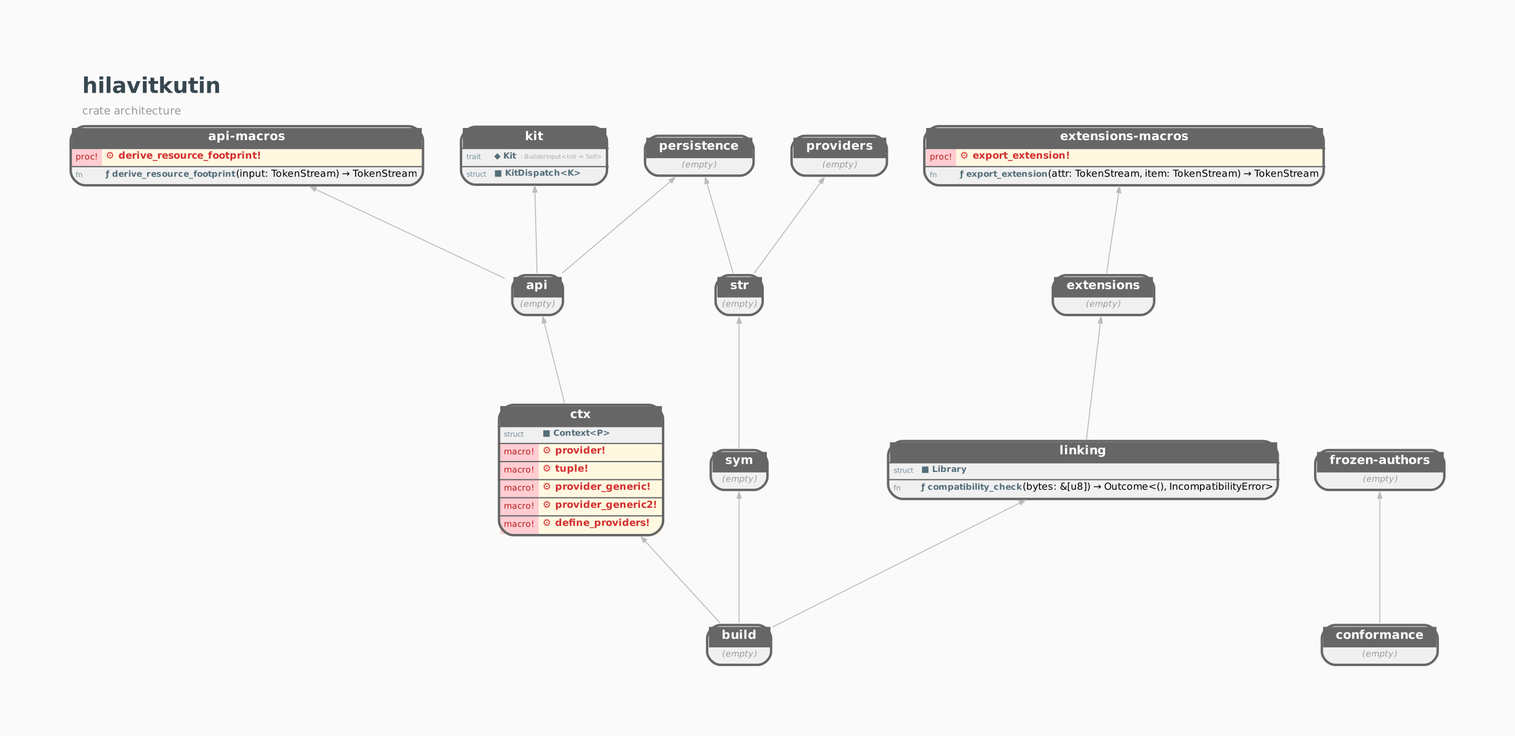
Above: docs/STRUCTURE.GRAPH.png in orgrinrt/hilavitkutin (Graphviz), before the change. Its source is kept beside it as docs/STRUCTURE.GRAPH.dot.
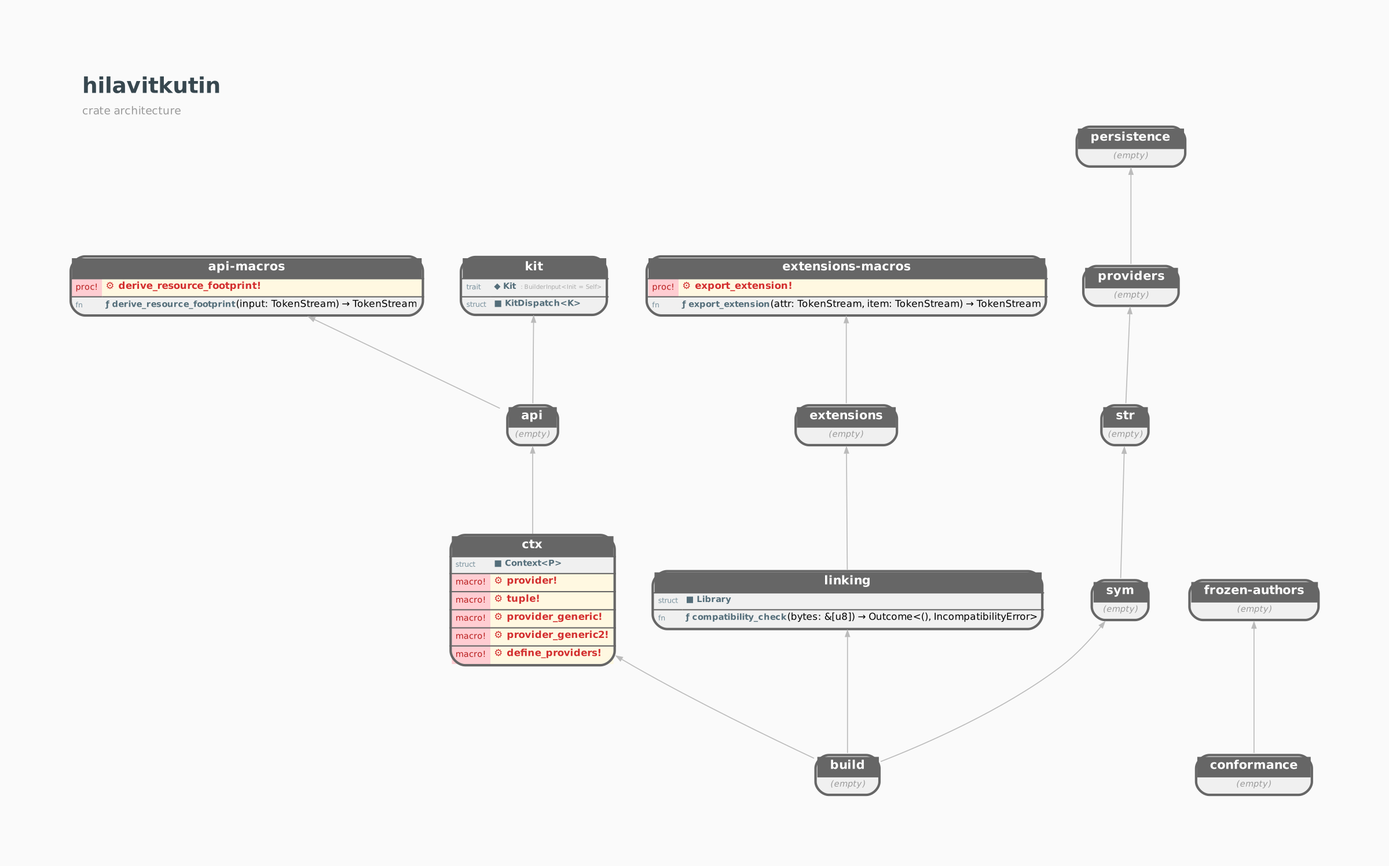
After the change.

The edit, as a diff of the source:
```diff
@@ -29,8 +29,9 @@
     { rank=same; hilavitkutin_build; } // depth 0
     { rank=same; hilavitkutin_ctx; hilavitkutin_linking; hilavitkutin_sym; } // depth 1
     { rank=same; hilavitkutin_api; hilavitkutin_extensions; hilavitkutin_str; } // depth 2
-    { rank=same; hilavitkutin_api_macros; hilavitkutin_extensions_macros; hilavitkutin_kit; hilavitkutin_persistence; } // depth 3
+    { rank=same; hilavitkutin_api_macros; hilavitkutin_extensions_macros; hilavitkutin_kit; } // depth 3
     { rank=same; hilavitkutin_providers; } // depth 4
+    { rank=same; hilavitkutin_persistence; } // depth 5
     { rank=same; hilavitkutin_conformance; } // depth 6
     { rank=same; hilavitkutin_frozen_authors; } // depth 7
 
@@ -43,8 +44,7 @@
     hilavitkutin_conformance -> hilavitkutin_frozen_authors;
     hilavitkutin_api -> hilavitkutin_kit;
     hilavitkutin_build -> hilavitkutin_linking;
-    hilavitkutin_str -> hilavitkutin_persistence;
-    hilavitkutin_api -> hilavitkutin_persistence;
+    hilavitkutin_providers -> hilavitkutin_persistence;
     hilavitkutin_str -> hilavitkutin_providers;
     hilavitkutin_sym -> hilavitkutin_str;
     hilavitkutin_build -> hilavitkutin_sym;
```
